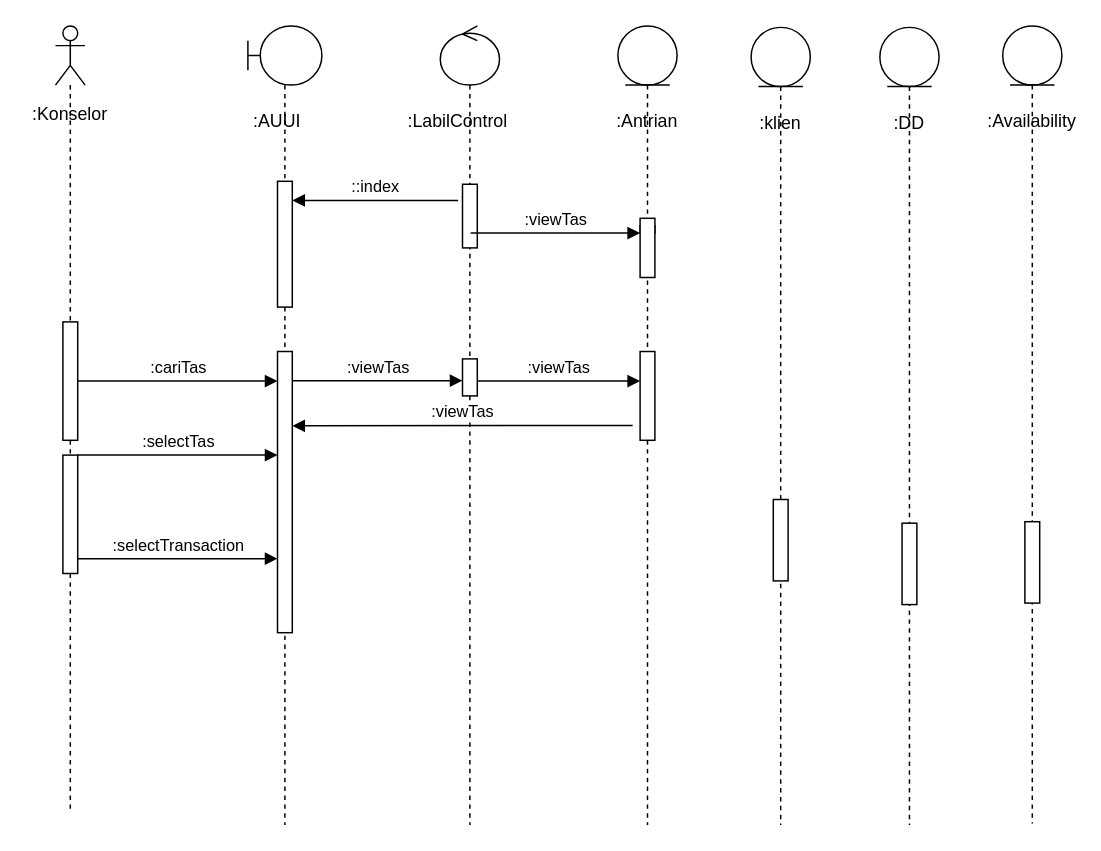
The draw.io diagram Mini-Proj/Seq-MM.drawio in mahesri/uml_ads_sms3, before the edit. Source tidied: cells renumbered, new cells numbered last; positions are measured from the earlier drawing's top-left corner, leaving out a move shared by most shapes. Both pictures are drawn from the tidied source at 148%, with x=0, y=0 at pixel (25, 25).
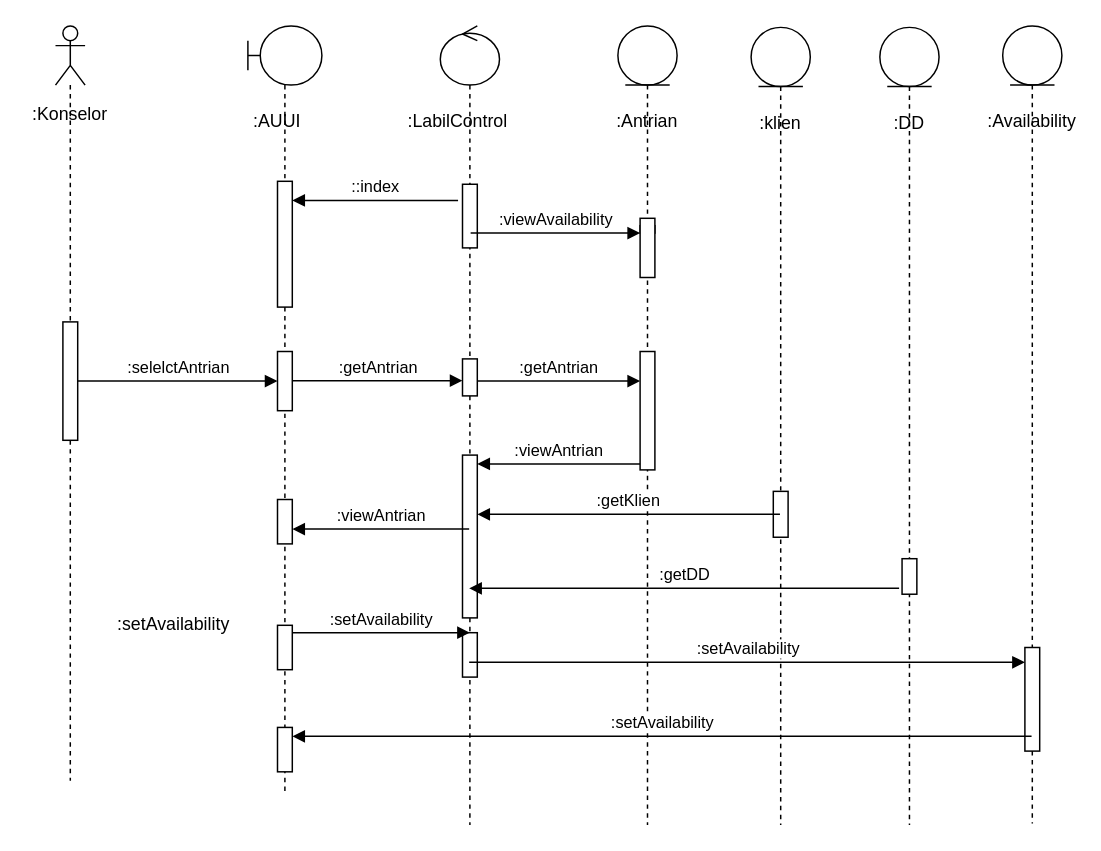
The same page after the edit.

Unchanged cells that the change refers to:
```xml
<mxCell id="8" style="shape=umlLifeline;perimeter=lifelinePerimeter;whiteSpace=wrap;html=1;outlineConnect=0;portConstraint=eastwest;newEdgeStyle={&quot;curved&quot;:0,&quot;rounded&quot;:0};participant=umlControl;" parent="1" vertex="1">
  <mxGeometry x="280" width="40" height="540" as="geometry" />
</mxCell>
<mxCell id="10" style="html=1;points=[[0,0,0,0,5],[0,1,0,0,-5],[1,0,0,0,5],[1,1,0,0,-5]];perimeter=orthogonalPerimeter;outlineConnect=0;targetShapes=umlLifeline;portConstraint=eastwest;newEdgeStyle={&quot;curved&quot;:0,&quot;rounded&quot;:0};" parent="8" vertex="1">
  <mxGeometry x="15" y="225" width="10" height="25" as="geometry" />
</mxCell>
<mxCell id="15" style="shape=umlLifeline;perimeter=lifelinePerimeter;whiteSpace=wrap;html=1;newEdgeStyle={&quot;curved&quot;:0,&quot;rounded&quot;:0};participant=umlEntity;" parent="1" vertex="1">
  <mxGeometry x="400" width="40" height="540" as="geometry" />
</mxCell>
<mxCell id="23" style="html=1;points=[[0,0,0,0,5],[0,1,0,0,-5],[1,0,0,0,5],[1,1,0,0,-5]];perimeter=orthogonalPerimeter;outlineConnect=0;targetShapes=umlLifeline;portConstraint=eastwest;newEdgeStyle={&quot;curved&quot;:0,&quot;rounded&quot;:0};" parent="1" vertex="1">
  <mxGeometry x="25" y="200" width="10" height="80" as="geometry" />
</mxCell>
<mxCell id="28" style="shape=umlLifeline;perimeter=lifelinePerimeter;whiteSpace=wrap;html=1;outlineConnect=0;portConstraint=eastwest;newEdgeStyle={&quot;curved&quot;:0,&quot;rounded&quot;:0};participant=umlEntity;" parent="1" vertex="1">
  <mxGeometry x="490" y="1" width="40" height="539" as="geometry" />
</mxCell>
<mxCell id="31" style="shape=umlLifeline;perimeter=lifelinePerimeter;whiteSpace=wrap;html=1;newEdgeStyle={&quot;curved&quot;:0,&quot;rounded&quot;:0};participant=umlEntity;" parent="1" vertex="1">
  <mxGeometry x="577" y="1" width="40" height="539" as="geometry" />
</mxCell>
<mxCell id="34" style="shape=umlLifeline;perimeter=lifelinePerimeter;whiteSpace=wrap;html=1;outlineConnect=0;portConstraint=eastwest;newEdgeStyle={&quot;curved&quot;:0,&quot;rounded&quot;:0};participant=umlEntity;" parent="1" vertex="1">
  <mxGeometry x="660" width="40" height="539" as="geometry" />
</mxCell>
```

What changed in the source:
```diff
@@
     <mxCell id="2" style="shape=umlLifeline;perimeter=lifelinePerimeter;whiteSpace=wrap;html=1;newEdgeStyle={&quot;curved&quot;:0,&quot;rounded&quot;:0};participant=umlActor;" parent="1" vertex="1">
-      <mxGeometry x="20" width="20" height="530" as="geometry" />
+      <mxGeometry x="20" width="20" height="510" as="geometry" />
     </mxCell>
-    <mxCell id="3" style="html=1;perimeter=orthogonalPerimeter;targetShapes=umlLifeline;newEdgeStyle={&quot;curved&quot;:0,&quot;rounded&quot;:0};" parent="2" vertex="1">
-      <mxGeometry x="5" y="290" width="10" height="80" as="geometry" />
-    </mxCell>
@@
     <mxCell id="6" style="shape=umlLifeline;perimeter=lifelinePerimeter;whiteSpace=wrap;html=1;outlineConnect=0;portConstraint=eastwest;newEdgeStyle={&quot;curved&quot;:0,&quot;rounded&quot;:0};participant=umlBoundary;" parent="1" vertex="1">
-      <mxGeometry x="150" width="50" height="540" as="geometry" />
+      <mxGeometry x="150" width="50" height="520" as="geometry" />
     </mxCell>
+    <mxCell id="37" style="html=1;points=[[0,0,0,0,5],[0,1,0,0,-5],[1,0,0,0,5],[1,1,0,0,-5]];perimeter=orthogonalPerimeter;outlineConnect=0;targetShapes=umlLifeline;portConstraint=eastwest;newEdgeStyle={&quot;curved&quot;:0,&quot;rounded&quot;:0};" parent="6" vertex="1">
+      <mxGeometry x="20" y="405" width="10" height="30" as="geometry" />
+    </mxCell>
+    <mxCell id="38" style="html=1;verticalAlign=bottom;endArrow=none;curved=0;rounded=0;endFill=0;startArrow=block;startFill=1;" parent="6" edge="1" source="6" target="37">
+      <mxGeometry relative="1" as="geometry" />
+    </mxCell>
+    <mxCell id="39" style="html=1;perimeter=orthogonalPerimeter;targetShapes=umlLifeline;newEdgeStyle={&quot;curved&quot;:0,&quot;rounded&quot;:0};" parent="6" vertex="1">
+      <mxGeometry x="20" y="474" width="10" height="30" as="geometry" />
+    </mxCell>
@@
+    <mxCell id="40" style="html=1;perimeter=orthogonalPerimeter;targetShapes=umlLifeline;newEdgeStyle={&quot;curved&quot;:0,&quot;rounded&quot;:0};" parent="8" vertex="1">
+      <mxGeometry x="15" y="290" width="10" height="110" as="geometry" />
+    </mxCell>
+    <mxCell id="41" style="html=1;perimeter=orthogonalPerimeter;targetShapes=umlLifeline;newEdgeStyle={&quot;curved&quot;:0,&quot;rounded&quot;:0};" parent="8" vertex="1">
+      <mxGeometry x="15" y="410" width="10" height="30" as="geometry" />
+    </mxCell>
@@
-    <mxCell id="12" value=":viewTas" style="html=1;verticalAlign=bottom;endArrow=block;curved=0;rounded=0;" parent="1" edge="1">
+    <mxCell id="12" value=":viewAvailability" style="html=1;verticalAlign=bottom;endArrow=block;curved=0;rounded=0;" parent="1" edge="1">
       <mxGeometry relative="1" as="geometry">
         <mxPoint x="300.5" y="140" as="sourcePoint" />
         <mxPoint x="415" y="140" as="targetPoint" />
       </mxGeometry>
     </mxCell>
@@
     <mxCell id="17" style="html=1;perimeter=orthogonalPerimeter;targetShapes=umlLifeline;newEdgeStyle={&quot;curved&quot;:0,&quot;rounded&quot;:0};" parent="15" vertex="1">
-      <mxGeometry x="15" y="220" width="10" height="60" as="geometry" />
+      <mxGeometry x="15" y="220" width="10" height="80" as="geometry" />
     </mxCell>
@@
     <mxCell id="21" style="html=1;points=[[0,0,0,0,5],[0,1,0,0,-5],[1,0,0,0,5],[1,1,0,0,-5]];perimeter=orthogonalPerimeter;outlineConnect=0;targetShapes=umlLifeline;portConstraint=eastwest;newEdgeStyle={&quot;curved&quot;:0,&quot;rounded&quot;:0};" parent="1" vertex="1">
-      <mxGeometry x="170" y="220" width="10" height="190" as="geometry" />
+      <mxGeometry x="170" y="220" width="10" height="40" as="geometry" />
     </mxCell>
-    <mxCell id="22" value=":cariTas" style="html=1;verticalAlign=bottom;endArrow=block;curved=0;rounded=0;" parent="1" edge="1" source="23" target="21">
+    <mxCell id="22" value=":selelctAntrian" style="html=1;verticalAlign=bottom;endArrow=block;curved=0;rounded=0;" parent="1" edge="1" source="23" target="21">
       <mxGeometry relative="1" as="geometry" />
     </mxCell>
@@
-    <mxCell id="24" value=":viewTas" style="html=1;verticalAlign=bottom;endArrow=block;curved=0;rounded=0;" parent="1" edge="1" target="10">
+    <mxCell id="24" value=":getAntrian" style="html=1;verticalAlign=bottom;endArrow=block;curved=0;rounded=0;" parent="1" edge="1" target="10">
       <mxGeometry relative="1" as="geometry">
         <mxPoint x="180" y="239.7" as="sourcePoint" />
       </mxGeometry>
     </mxCell>
-    <mxCell id="25" value=":viewTas" style="html=1;verticalAlign=bottom;endArrow=block;curved=0;rounded=0;" parent="1" edge="1" source="10">
+    <mxCell id="25" value=":getAntrian" style="html=1;verticalAlign=bottom;endArrow=block;curved=0;rounded=0;" parent="1" edge="1" source="10">
       <mxGeometry relative="1" as="geometry">
         <mxPoint x="415" y="240" as="targetPoint" />
       </mxGeometry>
     </mxCell>
-    <mxCell id="26" value=":viewTas" style="html=1;verticalAlign=bottom;endArrow=block;curved=0;rounded=0;" parent="1" edge="1">
-      <mxGeometry relative="1" as="geometry">
-        <mxPoint x="410" y="270" as="sourcePoint" />
-        <mxPoint x="180" y="270.2" as="targetPoint" />
-      </mxGeometry>
-    </mxCell>
-    <mxCell id="27" value=":selectTas" style="html=1;verticalAlign=bottom;endArrow=block;curved=0;rounded=0;" parent="1" edge="1" target="21">
-      <mxGeometry relative="1" as="geometry">
-        <mxPoint x="35" y="290" as="sourcePoint" />
-      </mxGeometry>
-    </mxCell>
@@
     <mxCell id="29" style="html=1;perimeter=orthogonalPerimeter;targetShapes=umlLifeline;newEdgeStyle={&quot;curved&quot;:0,&quot;rounded&quot;:0};" parent="28" vertex="1">
-      <mxGeometry x="15" y="319" width="10" height="55" as="geometry" />
+      <mxGeometry x="15" y="313.5" width="10" height="31" as="geometry" />
     </mxCell>
@@
     <mxCell id="32" style="html=1;perimeter=orthogonalPerimeter;targetShapes=umlLifeline;newEdgeStyle={&quot;curved&quot;:0,&quot;rounded&quot;:0};" parent="31" vertex="1">
-      <mxGeometry x="15" y="335" width="10" height="55" as="geometry" />
+      <mxGeometry x="15" y="359" width="10" height="24" as="geometry" />
     </mxCell>
-    <mxCell id="33" value=":selectTransaction" style="html=1;verticalAlign=bottom;endArrow=block;curved=0;rounded=0;" parent="1" edge="1">
-      <mxGeometry relative="1" as="geometry">
-        <mxPoint x="35" y="360" as="sourcePoint" />
-        <mxPoint x="170" y="360" as="targetPoint" />
-      </mxGeometry>
-    </mxCell>
@@
     <mxCell id="35" style="html=1;points=[[0,0,0,0,5],[0,1,0,0,-5],[1,0,0,0,5],[1,1,0,0,-5]];perimeter=orthogonalPerimeter;outlineConnect=0;targetShapes=umlLifeline;portConstraint=eastwest;newEdgeStyle={&quot;curved&quot;:0,&quot;rounded&quot;:0};" parent="34" vertex="1">
-      <mxGeometry x="15" y="335" width="10" height="55" as="geometry" />
+      <mxGeometry x="15" y="420" width="10" height="70" as="geometry" />
     </mxCell>
@@
+    <mxCell id="42" value=":viewAntrian" style="html=1;verticalAlign=bottom;endArrow=none;curved=0;rounded=0;endFill=0;startArrow=block;startFill=1;" parent="1" edge="1">
+      <mxGeometry relative="1" as="geometry">
+        <mxPoint x="305" y="296" as="sourcePoint" />
+        <mxPoint x="415" y="296" as="targetPoint" />
+      </mxGeometry>
+    </mxCell>
+    <mxCell id="43" value=":getKlien" style="html=1;verticalAlign=bottom;endArrow=none;curved=0;rounded=0;endFill=0;startArrow=block;startFill=1;" parent="1" edge="1" target="28">
+      <mxGeometry relative="1" as="geometry">
+        <mxPoint x="305" y="330" as="sourcePoint" />
+      </mxGeometry>
+    </mxCell>
+    <mxCell id="44" value=":getDD" style="html=1;verticalAlign=bottom;endArrow=none;curved=0;rounded=0;endFill=0;startArrow=block;startFill=1;" parent="1" edge="1" source="8">
+      <mxGeometry relative="1" as="geometry">
+        <mxPoint x="590" y="380" as="targetPoint" />
+      </mxGeometry>
+    </mxCell>
+    <mxCell id="45" value=":viewAntrian" style="html=1;verticalAlign=bottom;endArrow=none;curved=0;rounded=0;endFill=0;startArrow=block;startFill=1;" parent="1" edge="1" target="8">
+      <mxGeometry relative="1" as="geometry">
+        <mxPoint x="180" y="340" as="sourcePoint" />
+      </mxGeometry>
+    </mxCell>
+    <mxCell id="3" style="html=1;perimeter=orthogonalPerimeter;targetShapes=umlLifeline;newEdgeStyle={&quot;curved&quot;:0,&quot;rounded&quot;:0};" parent="1" vertex="1">
+      <mxGeometry x="170" y="320" width="10" height="30" as="geometry" />
+    </mxCell>
+    <mxCell id="46" value=":setAvailability" style="html=1;verticalAlign=bottom;endArrow=block;curved=0;rounded=0;endFill=1;startArrow=none;startFill=0;" parent="1" edge="1" source="8" target="35">
+      <mxGeometry relative="1" as="geometry">
+        <Array as="points">
+          <mxPoint x="310" y="430" />
+        </Array>
+      </mxGeometry>
+    </mxCell>
+    <mxCell id="47" value=":setAvailability" style="html=1;verticalAlign=bottom;endArrow=block;curved=0;rounded=0;" parent="1" edge="1">
+      <mxGeometry relative="1" as="geometry">
+        <mxPoint x="180" y="410" as="sourcePoint" />
+        <mxPoint x="300" y="410" as="targetPoint" />
+      </mxGeometry>
+    </mxCell>
+    <mxCell id="48" value=":setAvailability" style="text;html=1;strokeColor=none;fillColor=none;align=center;verticalAlign=middle;whiteSpace=wrap;rounded=0;" parent="1" vertex="1">
+      <mxGeometry x="70" y="390" width="60" height="30" as="geometry" />
+    </mxCell>
+    <mxCell id="49" value=":setAvailability" style="html=1;verticalAlign=bottom;endArrow=none;curved=0;rounded=0;endFill=0;startArrow=block;startFill=1;" parent="1" edge="1" target="34">
+      <mxGeometry relative="1" as="geometry">
+        <mxPoint x="180" y="480" as="sourcePoint" />
+        <Array as="points">
+          <mxPoint x="191" y="480" />
+        </Array>
+      </mxGeometry>
+    </mxCell>
```
